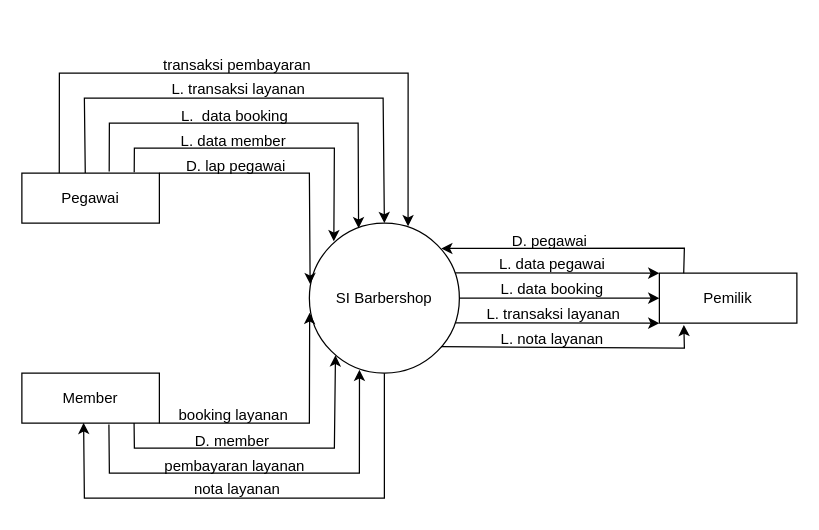
Above: Context Diagram.drawio in yogadwipayana/ERD (draw.io), before the change. Source tidied: cells renumbered, new cells numbered last; positions are measured from the earlier drawing's top-left corner, leaving out a move shared by most shapes. Both pictures are drawn from the tidied source at 125%, with x=0, y=0 at pixel (21, 46).
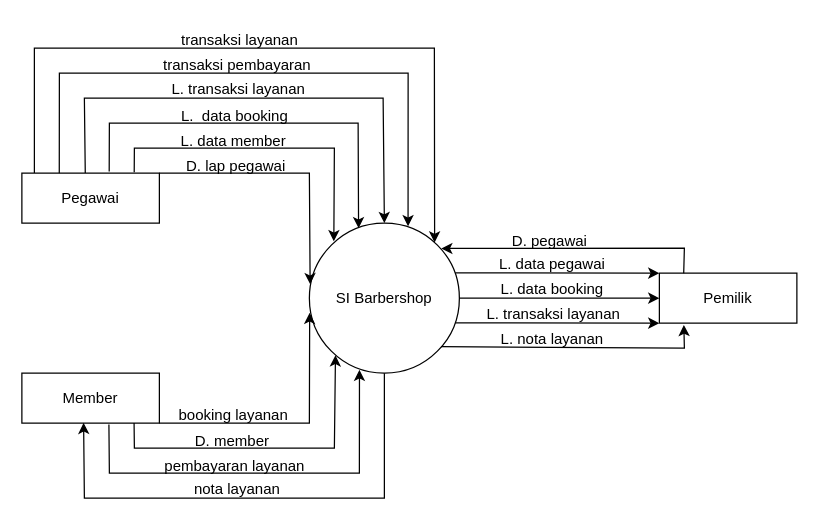
The same page after the edit.

The change refers to these unchanged cells:
```xml
<mxCell id="2" value="SI Barbershop" style="ellipse;whiteSpace=wrap;html=1;" parent="1" vertex="1">
  <mxGeometry x="230" y="141" width="120" height="120" as="geometry" />
</mxCell>
<mxCell id="5" value="Pegawai" style="rounded=0;whiteSpace=wrap;html=1;" parent="1" vertex="1">
  <mxGeometry y="101" width="110" height="40" as="geometry" />
</mxCell>
```

Change to the diagram source:
```diff
@@
+    <mxCell id="34" style="endArrow=classic;html=1;rounded=0;exitX=0.091;exitY=-0.004;exitDx=0;exitDy=0;exitPerimeter=0;entryX=0.835;entryY=0.13;entryDx=0;entryDy=0;entryPerimeter=0;" parent="1" edge="1" source="5" target="2">
+      <mxGeometry relative="1" as="geometry">
+        <Array as="points">
+          <mxPoint x="10" y="1" />
+          <mxPoint x="330" y="1" />
+        </Array>
+      </mxGeometry>
+    </mxCell>
+    <mxCell id="35" value="transaksi layanan" style="text;html=1;align=center;verticalAlign=middle;strokeColor=none;fillColor=none;" parent="1" vertex="1">
+      <mxGeometry x="114" y="-20" width="120" height="30" as="geometry" />
+    </mxCell>
```
